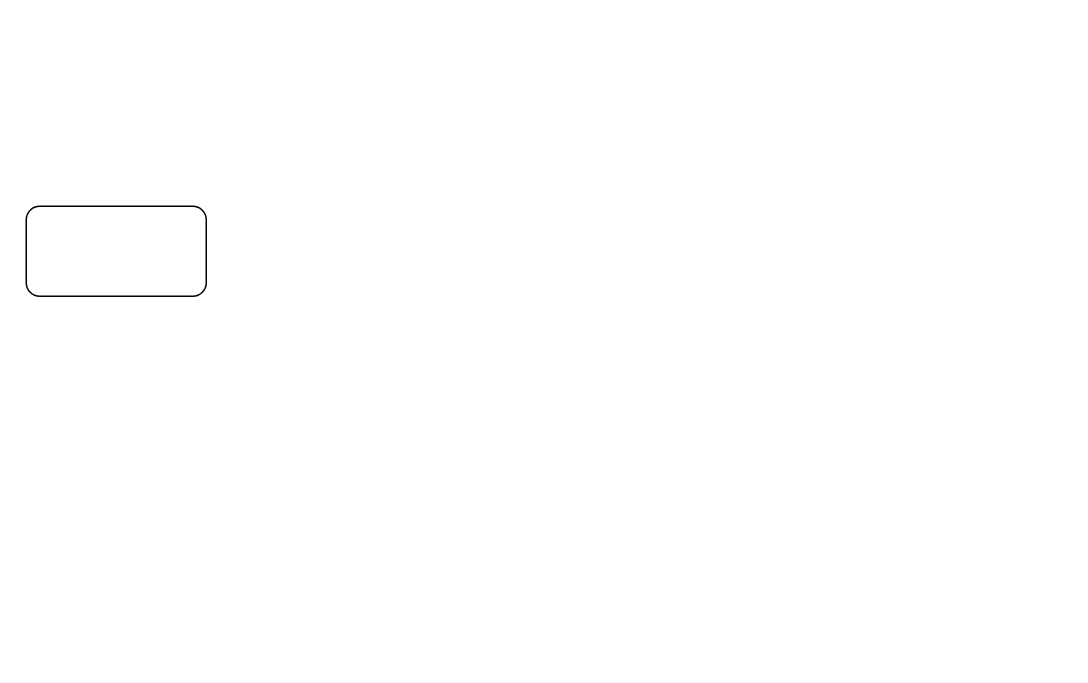
Before: EDU/校本差错处理流程图.drawio in redcomet88/DRAW, a draw.io diagram. Source tidied: cells renumbered, new cells numbered last; positions are measured from the earlier drawing's top-left corner, leaving out a move shared by most shapes. Both pictures are drawn from the tidied source at 150%, with x=0, y=0 at pixel (26, 206).
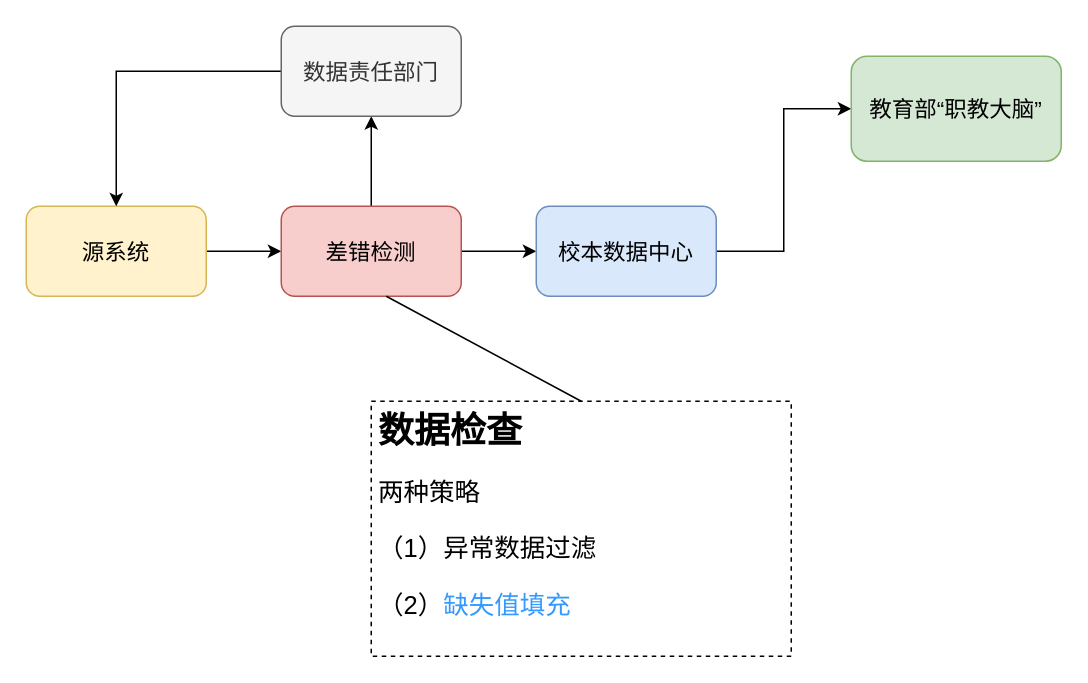
The same diagram, later.

Commit message (it also covers changes not shown here):
更新校本差错处理流程图.drawio

The edit, as a diff of the source:
```diff
@@
 <mxGraphModel>
   <root>
     <mxCell id="0" />
     <mxCell id="1" parent="0" />
+    <mxCell id="3" style="edgeStyle=orthogonalEdgeStyle;rounded=0;jettySize=auto;html=1;fontSize=15;" parent="1" edge="1" source="2" target="6">
+      <mxGeometry relative="1" as="geometry" />
+    </mxCell>
-    <mxCell id="2" style="rounded=1;whiteSpace=wrap;html=1;" parent="1" vertex="1">
+    <mxCell id="2" value="源系统" style="rounded=1;whiteSpace=wrap;html=1;fontSize=15;fillColor=#fff2cc;strokeColor=#d6b656;" parent="1" vertex="1">
       <mxGeometry width="120" height="60" as="geometry" />
     </mxCell>
+    <mxCell id="4" style="edgeStyle=orthogonalEdgeStyle;rounded=0;jettySize=auto;html=1;fontSize=15;" parent="1" edge="1" source="6" target="8">
+      <mxGeometry relative="1" as="geometry" />
+    </mxCell>
+    <mxCell id="5" style="edgeStyle=orthogonalEdgeStyle;rounded=0;jettySize=auto;html=1;exitX=0.5;exitY=0;exitDx=0;exitDy=0;entryX=0.5;entryY=1;entryDx=0;entryDy=0;" parent="1" edge="1" source="6" target="11">
+      <mxGeometry relative="1" as="geometry" />
+    </mxCell>
+    <mxCell id="6" value="差错检测" style="rounded=1;whiteSpace=wrap;html=1;fontSize=15;fillColor=#f8cecc;strokeColor=#b85450;" parent="1" vertex="1">
+      <mxGeometry x="170" width="120" height="60" as="geometry" />
+    </mxCell>
+    <mxCell id="7" style="edgeStyle=orthogonalEdgeStyle;rounded=0;jettySize=auto;html=1;exitX=1;exitY=0.5;exitDx=0;exitDy=0;entryX=0;entryY=0.5;entryDx=0;entryDy=0;" parent="1" edge="1" source="8" target="9">
+      <mxGeometry relative="1" as="geometry" />
+    </mxCell>
+    <mxCell id="8" value="校本数据中心" style="rounded=1;whiteSpace=wrap;html=1;fontSize=15;fillColor=#dae8fc;strokeColor=#6c8ebf;" parent="1" vertex="1">
+      <mxGeometry x="340" width="120" height="60" as="geometry" />
+    </mxCell>
+    <mxCell id="9" value="教育部“职教大脑”" style="rounded=1;whiteSpace=wrap;html=1;fontSize=15;fillColor=#d5e8d4;strokeColor=#82b366;" parent="1" vertex="1">
+      <mxGeometry x="550" y="-100" width="140" height="70" as="geometry" />
+    </mxCell>
+    <mxCell id="10" style="edgeStyle=orthogonalEdgeStyle;rounded=0;jettySize=auto;html=1;exitX=0;exitY=0.5;exitDx=0;exitDy=0;entryX=0.5;entryY=0;entryDx=0;entryDy=0;" parent="1" edge="1" source="11" target="2">
+      <mxGeometry relative="1" as="geometry" />
+    </mxCell>
+    <mxCell id="11" value="数据责任部门" style="rounded=1;whiteSpace=wrap;html=1;fontSize=15;fillColor=#f5f5f5;fontColor=#333333;strokeColor=#666666;" parent="1" vertex="1">
+      <mxGeometry x="170" y="-120" width="120" height="60" as="geometry" />
+    </mxCell>
+    <mxCell id="12" value="&lt;h1&gt;数据检查&lt;/h1&gt;&lt;p style=&quot;font-size: 17px;&quot;&gt;&lt;font style=&quot;font-size: 17px;&quot;&gt;两种策略&lt;/font&gt;&lt;/p&gt;&lt;p style=&quot;font-size: 17px;&quot;&gt;&lt;font style=&quot;font-size: 17px;&quot;&gt;（1）异常数据过滤&lt;/font&gt;&lt;/p&gt;&lt;p style=&quot;font-size: 17px;&quot;&gt;&lt;font style=&quot;font-size: 17px;&quot;&gt;（2）&lt;font color=&quot;#3399ff&quot;&gt;缺失值填充&lt;/font&gt;&lt;/font&gt;&lt;/p&gt;&lt;p style=&quot;font-size: 17px;&quot;&gt;&lt;br&gt;&lt;/p&gt;" style="text;html=1;strokeColor=default;fillColor=none;spacing=5;spacingTop=-20;whiteSpace=wrap;overflow=hidden;rounded=0;dashed=1;" parent="1" vertex="1">
+      <mxGeometry x="230" y="130" width="280" height="170" as="geometry" />
+    </mxCell>
+    <mxCell id="13" style="endArrow=none;html=1;rounded=0;exitX=0.5;exitY=0;exitDx=0;exitDy=0;" parent="1" edge="1" source="12">
+      <mxGeometry relative="1" as="geometry">
+        <mxPoint x="240" y="60" as="targetPoint" />
+      </mxGeometry>
+    </mxCell>
   </root>
 </mxGraphModel>
```
